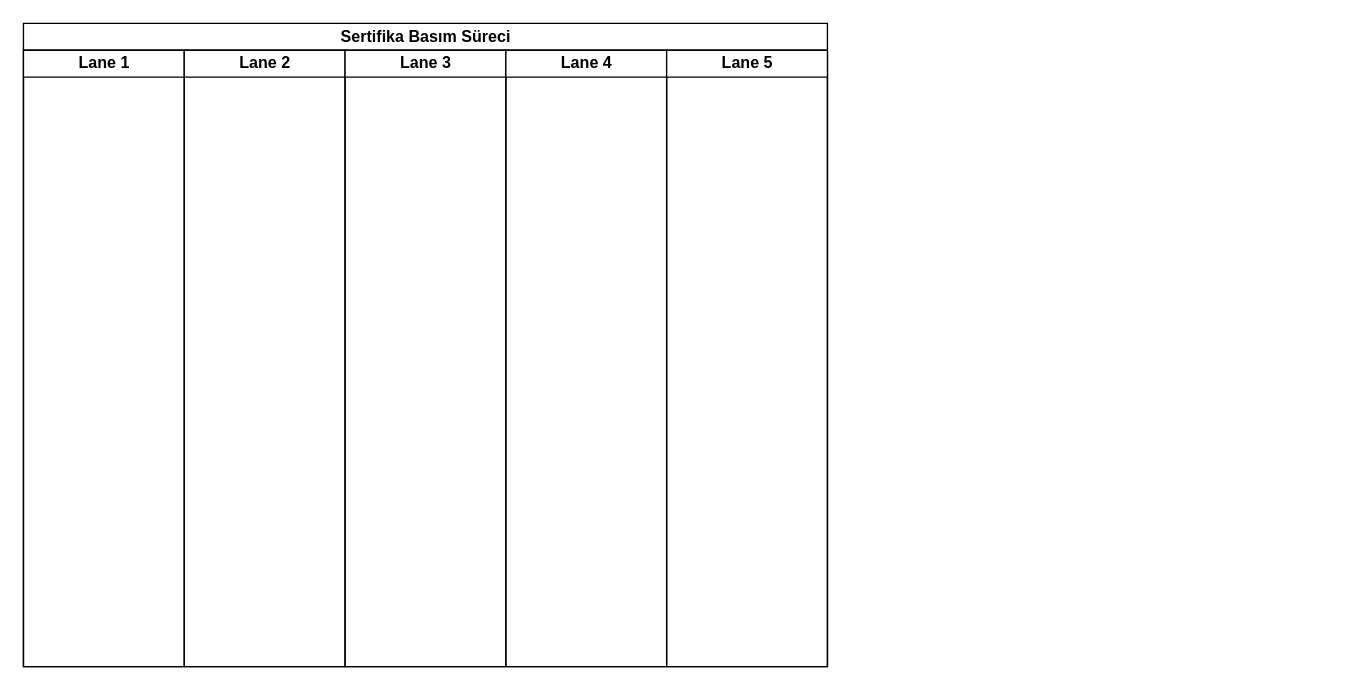
zeynephazal/WorkFlows keeps this draw.io diagram as test.drawio. Above is the earlier version. Source tidied: cells renumbered, new cells numbered last; positions are measured from the earlier drawing's top-left corner, leaving out a move shared by most shapes. Both pictures are drawn from the tidied source at 134%, with x=0, y=0 at pixel (23, 23).
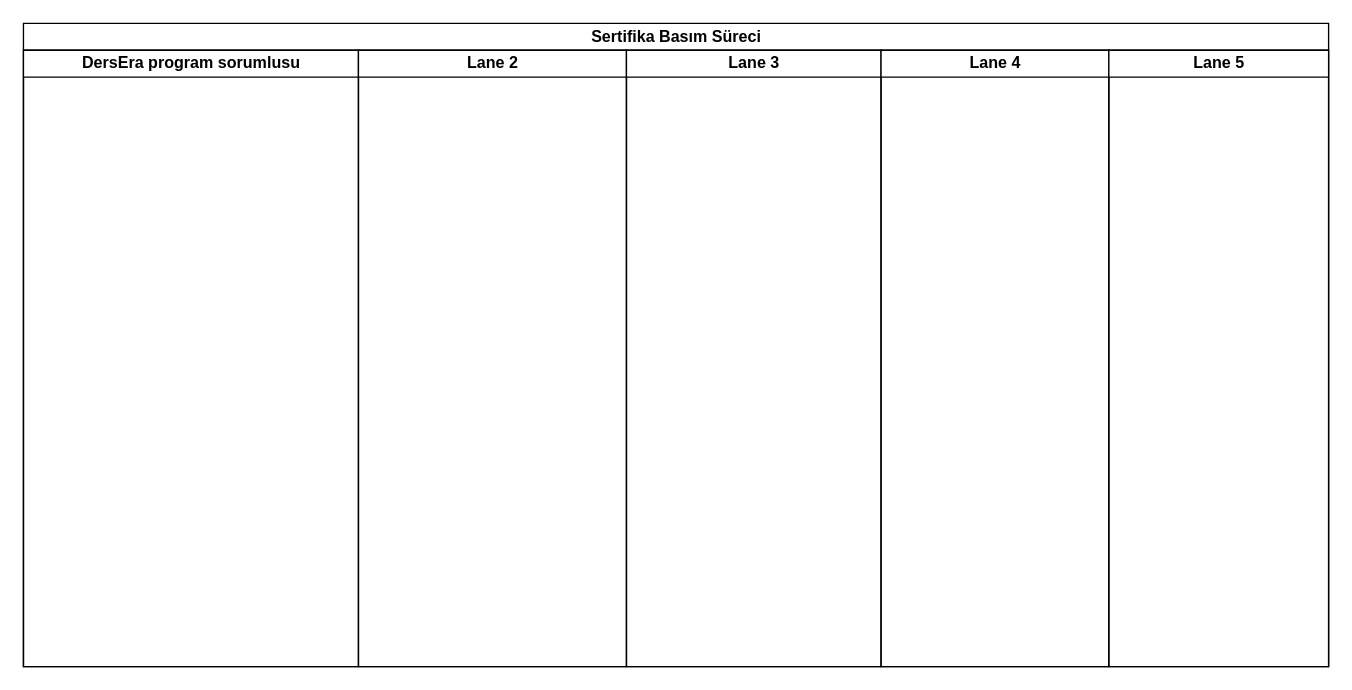
The same page after the edit.

Diff of the diagram source:
```diff
@@
 <mxGraphModel>
   <root>
     <mxCell id="0" />
     <mxCell id="1" parent="0" />
     <mxCell id="2" value="Sertifika Basım Süreci" style="swimlane;startSize=20;html=1;" parent="1" vertex="1">
-      <mxGeometry width="600" height="480" as="geometry" />
+      <mxGeometry width="974" height="480" as="geometry" />
     </mxCell>
-    <mxCell id="3" value="Lane 1" style="swimlane;startSize=20;html=1;" parent="2" vertex="1">
-      <mxGeometry y="20" width="120" height="460" as="geometry" />
+    <mxCell id="3" value="DersEra program sorumlusu" style="swimlane;startSize=20;html=1;" parent="2" vertex="1">
+      <mxGeometry y="20" width="250" height="460" as="geometry" />
     </mxCell>
     <mxCell id="4" value="Lane 2" style="swimlane;startSize=20;html=1;" parent="2" vertex="1">
-      <mxGeometry x="120" y="20" width="120" height="460" as="geometry" />
+      <mxGeometry x="250" y="20" width="200" height="460" as="geometry" />
     </mxCell>
     <mxCell id="5" value="Lane 3" style="swimlane;startSize=20;html=1;" parent="2" vertex="1">
-      <mxGeometry x="240" y="20" width="120" height="460" as="geometry" />
+      <mxGeometry x="450" y="20" width="190" height="460" as="geometry" />
     </mxCell>
     <mxCell id="6" value="Lane 4" style="swimlane;startSize=20;html=1;" parent="2" vertex="1">
-      <mxGeometry x="360" y="20" width="120" height="460" as="geometry" />
+      <mxGeometry x="640" y="20" width="170" height="460" as="geometry" />
     </mxCell>
     <mxCell id="7" value="Lane 5" style="swimlane;startSize=20;html=1;" parent="2" vertex="1">
-      <mxGeometry x="480" y="20" width="120" height="460" as="geometry" />
+      <mxGeometry x="810" y="20" width="164" height="460" as="geometry" />
     </mxCell>
   </root>
 </mxGraphModel>
```
